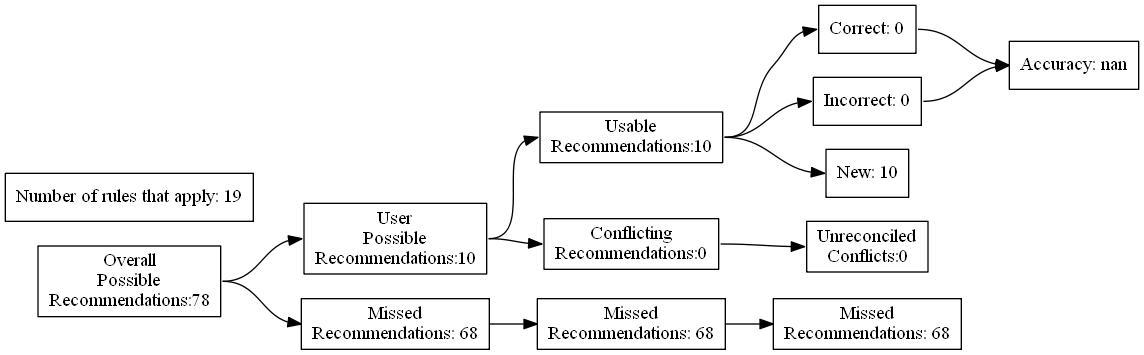
The Graphviz diagram test_renders/65.gv.png in ZaxR/ibd_diet_analysis, before a commit. Its source is kept beside it as test_renders/65.gv.
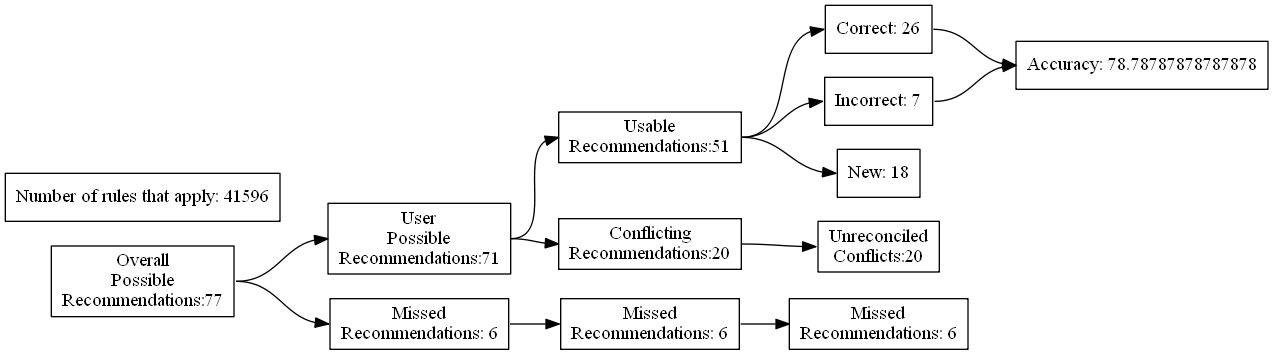
The same file after the commit.

Diff of the diagram source:
```diff
@@ -4,27 +4,27 @@
 	edge [headport=w tailport=e]
 		A [label="Overall
 Possible
-Recommendations:78"]
+Recommendations:77"]
 		B [label="User
 Possible
-Recommendations:10"]
+Recommendations:71"]
 		C [label="Missed
-Recommendations: 68"]
+Recommendations: 6"]
 		D [label="Usable
-Recommendations:10"]
+Recommendations:51"]
 		E [label="Conflicting
-Recommendations:0"]
+Recommendations:20"]
 		J [label="Missed
-Recommendations: 68"]
+Recommendations: 6"]
 		M [label="Unreconciled
-Conflicts:0"]
-		F [label="Correct: 0"]
-		G [label="Incorrect: 0"]
-		H [label="New: 10"]
+Conflicts:20"]
+		F [label="Correct: 26"]
+		G [label="Incorrect: 7"]
+		H [label="New: 18"]
 		K [label="Missed
-Recommendations: 68"]
-		I [label="Accuracy: nan"]
-		l [label="Number of rules that apply: 19"]
+Recommendations: 6"]
+		I [label="Accuracy: 78.78787878787878"]
+		l [label="Number of rules that apply: 41596"]
 			A -> B
 			A -> C
 			B -> D
```
